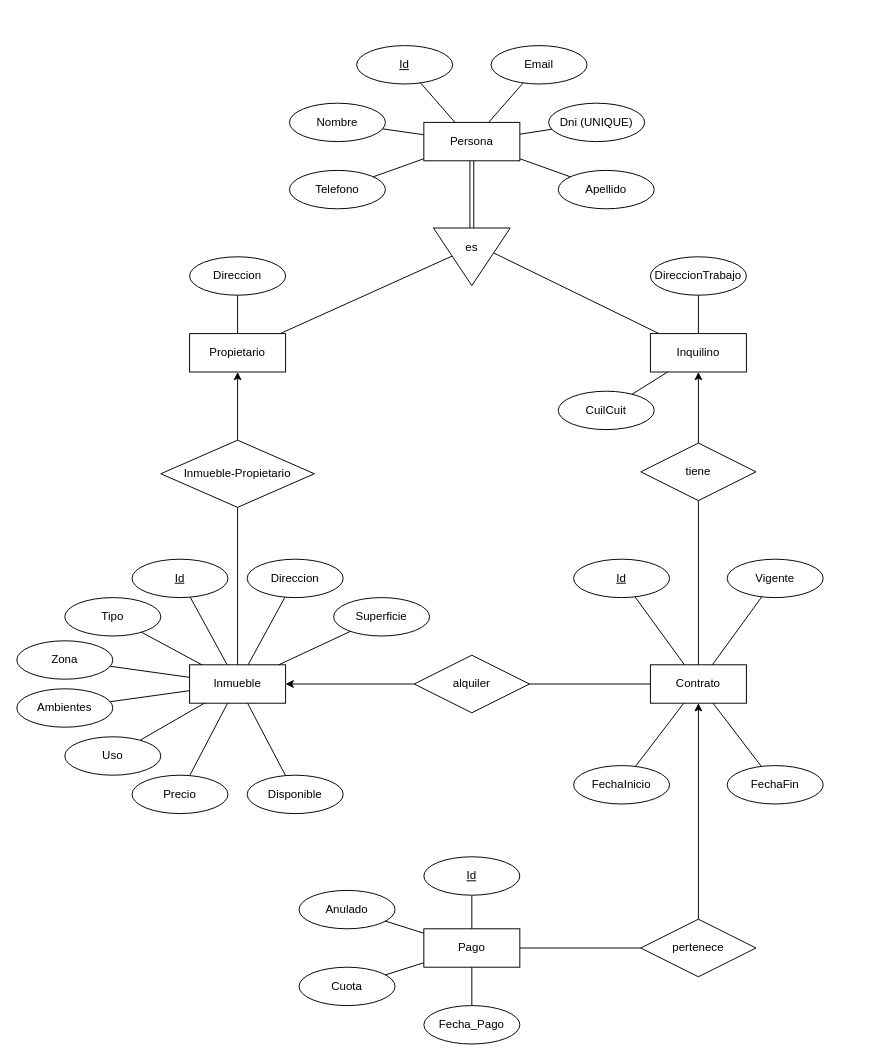
The draw.io diagram Inmobiliaria.drawio in EZE404/Metodologia-TP1, before the edit. Source tidied: cells renumbered, new cells numbered last; positions are measured from the earlier drawing's top-left corner, leaving out a move shared by most shapes. Both pictures are drawn from the tidied source at 96%, with x=0, y=0 at pixel (16, 45).
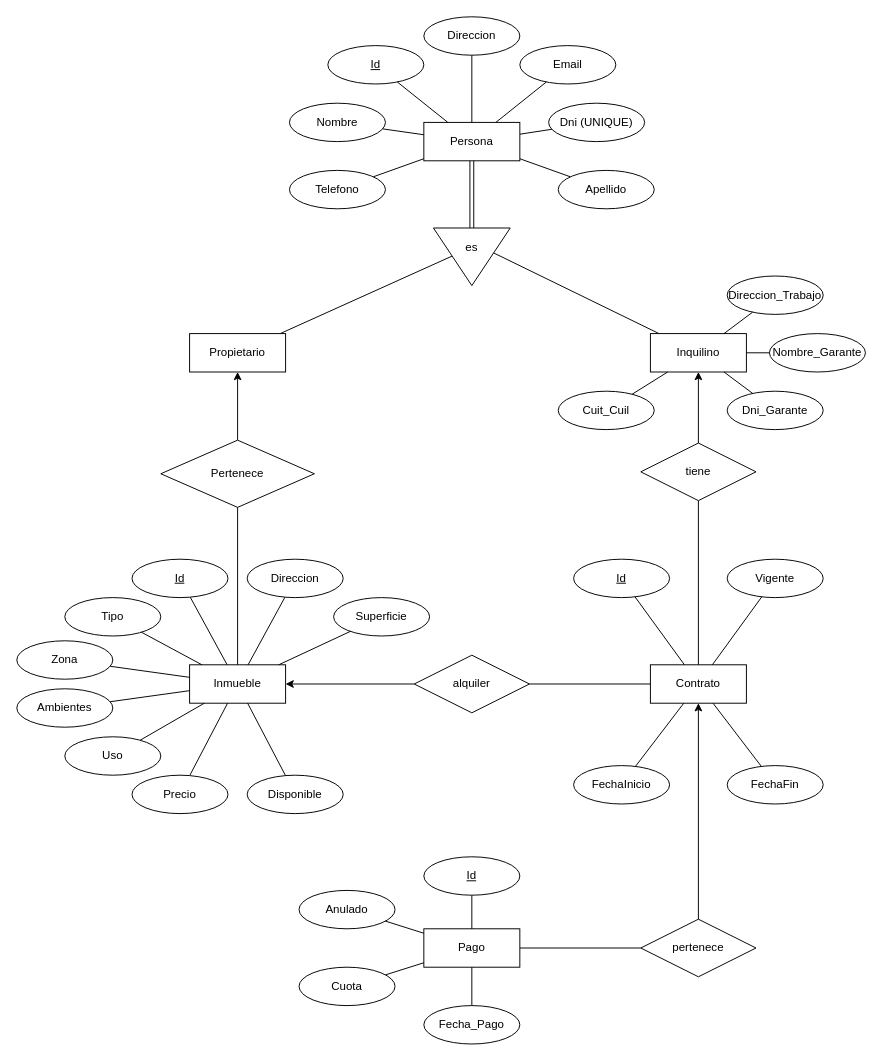
Above is the later version.

Unchanged cells that the change refers to:
```xml
<mxCell id="5" value="Persona" style="whiteSpace=wrap;html=1;align=center;" parent="1" vertex="1">
  <mxGeometry x="424" y="80" width="100" height="40" as="geometry" />
</mxCell>
<mxCell id="7" value="Inquilino" style="whiteSpace=wrap;html=1;align=center;" parent="1" vertex="1">
  <mxGeometry x="660" y="300" width="100" height="40" as="geometry" />
</mxCell>
<mxCell id="38" value="Propietario" style="whiteSpace=wrap;html=1;align=center;" parent="1" vertex="1">
  <mxGeometry x="180" y="300" width="100" height="40" as="geometry" />
</mxCell>
```

Change to the diagram source:
```diff
@@
-    <mxCell id="13" value="Inmueble-Propietario" style="shape=rhombus;perimeter=rhombusPerimeter;whiteSpace=wrap;html=1;align=center;" parent="1" vertex="1">
+    <mxCell id="13" value="Pertenece" style="shape=rhombus;perimeter=rhombusPerimeter;whiteSpace=wrap;html=1;align=center;" parent="1" vertex="1">
       <mxGeometry x="150" y="411" width="160" height="70" as="geometry" />
     </mxCell>
@@
     <mxCell id="23" value="Id" style="ellipse;whiteSpace=wrap;html=1;align=center;fontStyle=4;" parent="1" vertex="1">
-      <mxGeometry x="354" width="100" height="40" as="geometry" />
+      <mxGeometry x="324" width="100" height="40" as="geometry" />
     </mxCell>
@@
     <mxCell id="54" value="Email" style="ellipse;whiteSpace=wrap;html=1;align=center;" parent="1" vertex="1">
-      <mxGeometry x="494" width="100" height="40" as="geometry" />
+      <mxGeometry x="524" width="100" height="40" as="geometry" />
     </mxCell>
@@
     <mxCell id="56" value="Direccion" style="ellipse;whiteSpace=wrap;html=1;align=center;" parent="1" vertex="1">
-      <mxGeometry x="180" y="220" width="100" height="40" as="geometry" />
+      <mxGeometry x="424" y="-30" width="100" height="40" as="geometry" />
     </mxCell>
-    <mxCell id="57" style="endArrow=none;html=1;" parent="1" edge="1" source="38" target="56">
+    <mxCell id="57" style="endArrow=none;html=1;" parent="1" edge="1" source="5" target="56">
       <mxGeometry relative="1" as="geometry" />
     </mxCell>
-    <mxCell id="58" value="DireccionTrabajo" style="ellipse;whiteSpace=wrap;html=1;align=center;" parent="1" vertex="1">
-      <mxGeometry x="660" y="220" width="100" height="40" as="geometry" />
+    <mxCell id="58" value="Nombre_Garante" style="ellipse;whiteSpace=wrap;html=1;align=center;" parent="1" vertex="1">
+      <mxGeometry x="784" y="300" width="100" height="40" as="geometry" />
     </mxCell>
@@
-    <mxCell id="60" value="CuilCuit" style="ellipse;whiteSpace=wrap;html=1;align=center;" parent="1" vertex="1">
+    <mxCell id="60" value="Cuit_Cuil" style="ellipse;whiteSpace=wrap;html=1;align=center;" parent="1" vertex="1">
       <mxGeometry x="564" y="360" width="100" height="40" as="geometry" />
     </mxCell>
@@
+    <mxCell id="77" value="Direccion_Trabajo" style="ellipse;whiteSpace=wrap;html=1;align=center;" parent="1" vertex="1">
+      <mxGeometry x="740" y="240" width="100" height="40" as="geometry" />
+    </mxCell>
+    <mxCell id="78" value="Dni_Garante" style="ellipse;whiteSpace=wrap;html=1;align=center;" parent="1" vertex="1">
+      <mxGeometry x="740" y="360" width="100" height="40" as="geometry" />
+    </mxCell>
+    <mxCell id="79" style="endArrow=none;html=1;" parent="1" edge="1" source="7" target="77">
+      <mxGeometry relative="1" as="geometry" />
+    </mxCell>
+    <mxCell id="80" style="endArrow=none;html=1;" parent="1" edge="1" source="78" target="7">
+      <mxGeometry relative="1" as="geometry" />
+    </mxCell>
```
